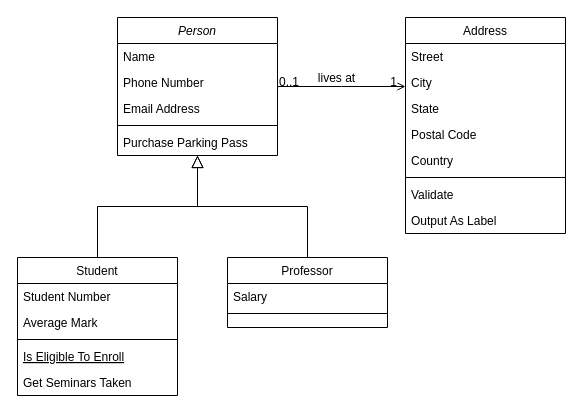
Above: Untitled Diagram.drawio in rosemadr/DFESW7_Final_Project (draw.io), before the change. Source tidied: cells renumbered, new cells numbered last; positions are measured from the earlier drawing's top-left corner, leaving out a move shared by most shapes. Both pictures are drawn from the tidied source at 100%, with x=0, y=0 at pixel (17, 17).
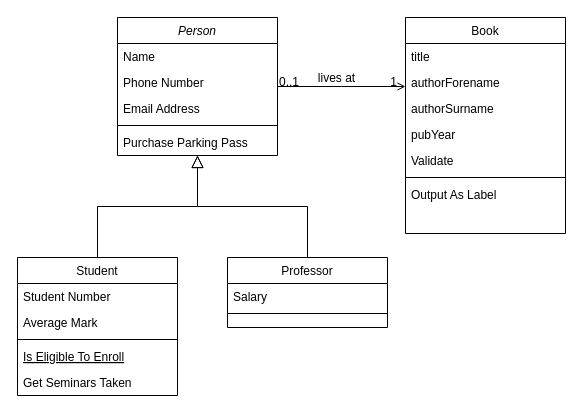
The same diagram, later.

Commit message:
draft_library_mvp_uml

What changed in the source:
```diff
@@
-    <mxCell id="19" value="Address" style="swimlane;fontStyle=0;align=center;verticalAlign=top;horizontal=1;startSize=26;rounded=0;shadow=0;strokeWidth=1;" parent="1" vertex="1">
+    <mxCell id="19" value="Book" style="swimlane;fontStyle=0;align=center;verticalAlign=top;horizontal=1;startSize=26;rounded=0;shadow=0;strokeWidth=1;" parent="1" vertex="1">
       <mxGeometry x="388" width="160" height="216" as="geometry" />
     </mxCell>
-    <mxCell id="20" value="Street" style="text;align=left;verticalAlign=top;spacingLeft=4;spacingRight=4;overflow=hidden;" parent="19" vertex="1">
+    <mxCell id="20" value="title" style="text;align=left;verticalAlign=top;spacingLeft=4;spacingRight=4;overflow=hidden;" parent="19" vertex="1">
       <mxGeometry y="26" width="160" height="26" as="geometry" />
     </mxCell>
-    <mxCell id="21" value="City" style="text;align=left;verticalAlign=top;spacingLeft=4;spacingRight=4;overflow=hidden;rounded=0;shadow=0;html=0;" parent="19" vertex="1">
-      <mxGeometry y="52" width="160" height="26" as="geometry" />
-    </mxCell>
-    <mxCell id="22" value="State" style="text;align=left;verticalAlign=top;spacingLeft=4;spacingRight=4;overflow=hidden;rounded=0;shadow=0;html=0;" parent="19" vertex="1">
-      <mxGeometry y="78" width="160" height="26" as="geometry" />
+    <mxCell id="22" value="authorForename" style="text;align=left;verticalAlign=top;spacingLeft=4;spacingRight=4;overflow=hidden;rounded=0;shadow=0;html=0;" parent="19" vertex="1">
+      <mxGeometry y="52" width="160" height="26" as="geometry" />
     </mxCell>
-    <mxCell id="23" value="Postal Code" style="text;align=left;verticalAlign=top;spacingLeft=4;spacingRight=4;overflow=hidden;rounded=0;shadow=0;html=0;" parent="19" vertex="1">
-      <mxGeometry y="104" width="160" height="26" as="geometry" />
+    <mxCell id="23" value="authorSurname" style="text;align=left;verticalAlign=top;spacingLeft=4;spacingRight=4;overflow=hidden;rounded=0;shadow=0;html=0;" parent="19" vertex="1">
+      <mxGeometry y="78" width="160" height="26" as="geometry" />
     </mxCell>
-    <mxCell id="24" value="Country" style="text;align=left;verticalAlign=top;spacingLeft=4;spacingRight=4;overflow=hidden;rounded=0;shadow=0;html=0;" parent="19" vertex="1">
-      <mxGeometry y="130" width="160" height="26" as="geometry" />
+    <mxCell id="24" value="pubYear" style="text;align=left;verticalAlign=top;spacingLeft=4;spacingRight=4;overflow=hidden;rounded=0;shadow=0;html=0;" parent="19" vertex="1">
+      <mxGeometry y="104" width="160" height="26" as="geometry" />
     </mxCell>
+    <mxCell id="26" value="Validate" style="text;align=left;verticalAlign=top;spacingLeft=4;spacingRight=4;overflow=hidden;" parent="19" vertex="1">
+      <mxGeometry y="130" width="160" height="26" as="geometry" />
+    </mxCell>
@@
-    <mxCell id="26" value="Validate" style="text;align=left;verticalAlign=top;spacingLeft=4;spacingRight=4;overflow=hidden;" parent="19" vertex="1">
-      <mxGeometry y="164" width="160" height="26" as="geometry" />
-    </mxCell>
     <mxCell id="27" value="Output As Label" style="text;align=left;verticalAlign=top;spacingLeft=4;spacingRight=4;overflow=hidden;" parent="19" vertex="1">
-      <mxGeometry y="190" width="160" height="26" as="geometry" />
+      <mxGeometry y="164" width="160" height="26" as="geometry" />
     </mxCell>
```
